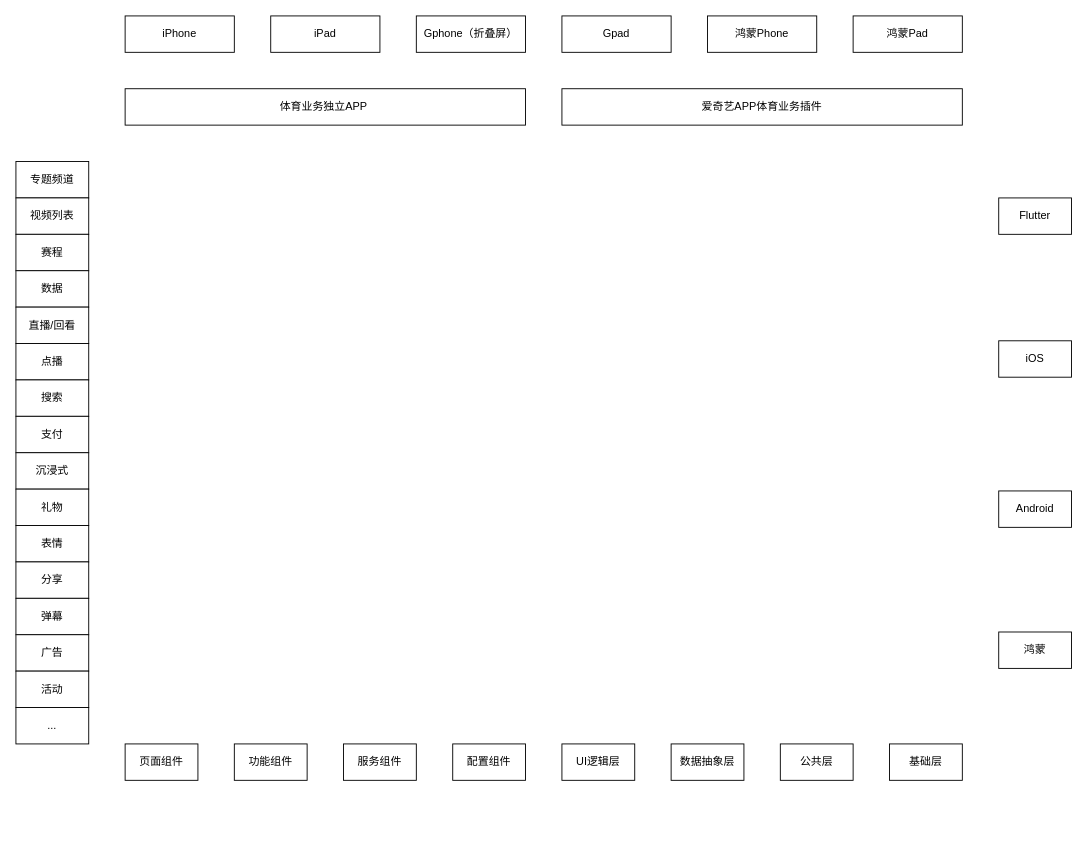
Earlier version of the draw.io diagram page "第 5 页" (5 of 5) of 未命名绘图.drawio (wanjj8023/app3). Source tidied: cells renumbered, new cells numbered last; positions are measured from the earlier drawing's top-left corner, leaving out a move shared by most shapes. Both pictures are drawn from the tidied source at 91%, with x=0, y=0 at pixel (15, 15).
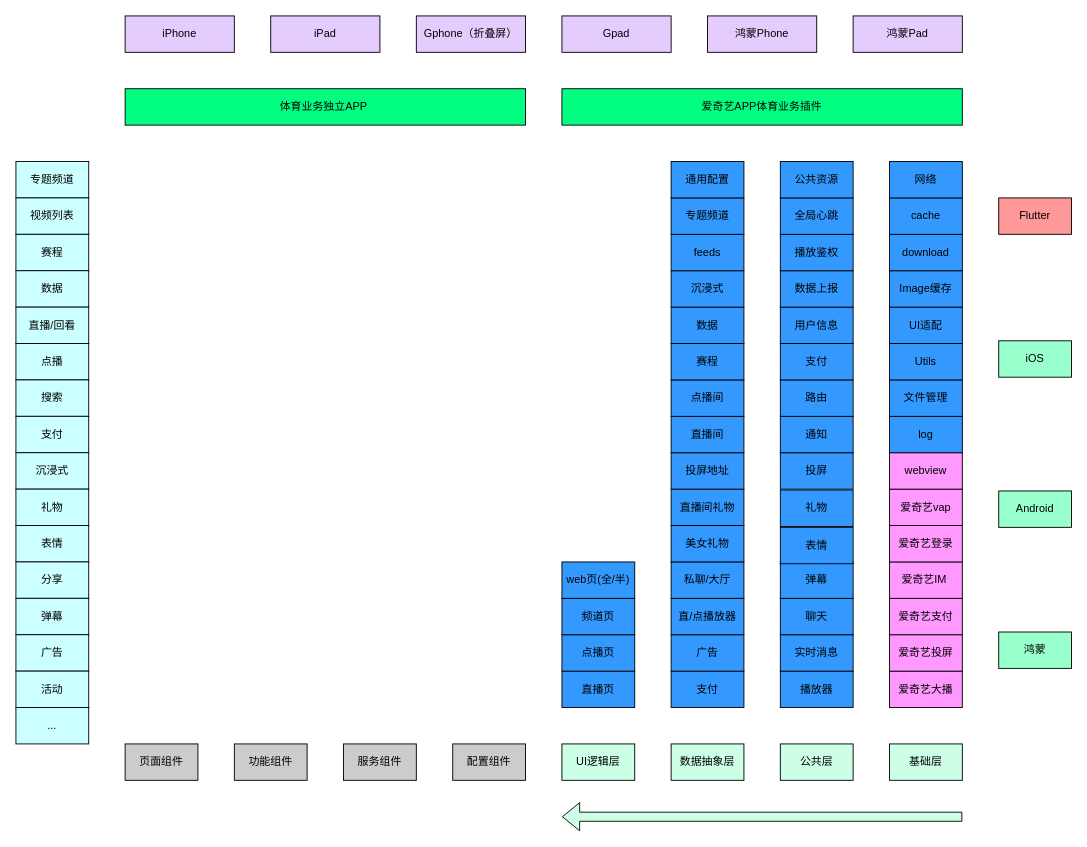
Above is the later version.

Commit message:
更新未命名绘图.drawio

The edit, as a diff of the source:
```diff
@@
-    <mxCell id="2" value="体育业务独立APP&amp;nbsp;" style="html=1;whiteSpace=wrap;" parent="1" vertex="1">
+    <mxCell id="2" value="体育业务独立APP&amp;nbsp;" style="html=1;whiteSpace=wrap;fillColor=#00FF80;" parent="1" vertex="1">
       <mxGeometry x="120" y="80" width="440" height="40" as="geometry" />
     </mxCell>
-    <mxCell id="3" value="爱奇艺APP体育业务插件" style="html=1;whiteSpace=wrap;" parent="1" vertex="1">
+    <mxCell id="3" value="爱奇艺APP体育业务插件" style="html=1;whiteSpace=wrap;fillColor=#00FF80;" parent="1" vertex="1">
       <mxGeometry x="600" y="80" width="440" height="40" as="geometry" />
     </mxCell>
-    <mxCell id="4" value="iPhone" style="rounded=0;whiteSpace=wrap;html=1;" parent="1" vertex="1">
+    <mxCell id="4" value="iPhone" style="rounded=0;whiteSpace=wrap;html=1;fillColor=#E5CCFF;" parent="1" vertex="1">
       <mxGeometry x="120" width="120" height="40" as="geometry" />
     </mxCell>
-    <mxCell id="5" value="iPad" style="html=1;whiteSpace=wrap;" parent="1" vertex="1">
+    <mxCell id="5" value="iPad" style="html=1;whiteSpace=wrap;fillColor=#E5CCFF;" parent="1" vertex="1">
       <mxGeometry x="280" width="120" height="40" as="geometry" />
     </mxCell>
-    <mxCell id="6" value="Gphone（&lt;span style=&quot;font-size: 12.000001px;&quot;&gt;折叠屏&lt;/span&gt;）" style="html=1;whiteSpace=wrap;" parent="1" vertex="1">
+    <mxCell id="6" value="Gphone（&lt;span style=&quot;font-size: 12.000001px;&quot;&gt;折叠屏&lt;/span&gt;）" style="html=1;whiteSpace=wrap;fillColor=#E5CCFF;" parent="1" vertex="1">
       <mxGeometry x="440" width="120" height="40" as="geometry" />
     </mxCell>
-    <mxCell id="7" value="Gpad" style="html=1;whiteSpace=wrap;" parent="1" vertex="1">
+    <mxCell id="7" value="Gpad" style="html=1;whiteSpace=wrap;fillColor=#E5CCFF;" parent="1" vertex="1">
       <mxGeometry x="600" width="120" height="40" as="geometry" />
     </mxCell>
-    <mxCell id="8" value="鸿蒙Phone" style="html=1;whiteSpace=wrap;" parent="1" vertex="1">
+    <mxCell id="8" value="鸿蒙Phone" style="html=1;whiteSpace=wrap;fillColor=#E5CCFF;" parent="1" vertex="1">
       <mxGeometry x="760" width="120" height="40" as="geometry" />
     </mxCell>
-    <mxCell id="9" value="鸿蒙Pad" style="html=1;whiteSpace=wrap;" parent="1" vertex="1">
+    <mxCell id="9" value="鸿蒙Pad" style="html=1;whiteSpace=wrap;fillColor=#E5CCFF;" parent="1" vertex="1">
       <mxGeometry x="920" width="120" height="40" as="geometry" />
     </mxCell>
-    <mxCell id="10" value="专题频道" style="rounded=0;whiteSpace=wrap;html=1;" parent="1" vertex="1">
+    <mxCell id="10" value="专题频道" style="rounded=0;whiteSpace=wrap;html=1;fillColor=#CCFFFF;" parent="1" vertex="1">
       <mxGeometry y="160" width="80" height="40" as="geometry" />
     </mxCell>
-    <mxCell id="11" value="视频列表" style="rounded=0;whiteSpace=wrap;html=1;" parent="1" vertex="1">
+    <mxCell id="11" value="视频列表" style="rounded=0;whiteSpace=wrap;html=1;fillColor=#CCFFFF;" parent="1" vertex="1">
       <mxGeometry y="200" width="80" height="40" as="geometry" />
     </mxCell>
-    <mxCell id="12" value="赛程" style="rounded=0;whiteSpace=wrap;html=1;" parent="1" vertex="1">
+    <mxCell id="12" value="赛程" style="rounded=0;whiteSpace=wrap;html=1;fillColor=#CCFFFF;" parent="1" vertex="1">
       <mxGeometry y="240" width="80" height="40" as="geometry" />
     </mxCell>
-    <mxCell id="13" value="数据" style="rounded=0;whiteSpace=wrap;html=1;" parent="1" vertex="1">
+    <mxCell id="13" value="数据" style="rounded=0;whiteSpace=wrap;html=1;fillColor=#CCFFFF;" parent="1" vertex="1">
       <mxGeometry y="280" width="80" height="40" as="geometry" />
     </mxCell>
-    <mxCell id="14" value="直播/回看" style="rounded=0;whiteSpace=wrap;html=1;" parent="1" vertex="1">
+    <mxCell id="14" value="直播/回看" style="rounded=0;whiteSpace=wrap;html=1;fillColor=#CCFFFF;" parent="1" vertex="1">
       <mxGeometry y="320" width="80" height="40" as="geometry" />
     </mxCell>
-    <mxCell id="15" value="点播" style="rounded=0;whiteSpace=wrap;html=1;" parent="1" vertex="1">
+    <mxCell id="15" value="点播" style="rounded=0;whiteSpace=wrap;html=1;fillColor=#CCFFFF;" parent="1" vertex="1">
       <mxGeometry y="360" width="80" height="40" as="geometry" />
     </mxCell>
-    <mxCell id="16" value="搜索" style="rounded=0;whiteSpace=wrap;html=1;" parent="1" vertex="1">
+    <mxCell id="16" value="搜索" style="rounded=0;whiteSpace=wrap;html=1;fillColor=#CCFFFF;" parent="1" vertex="1">
       <mxGeometry y="400" width="80" height="40" as="geometry" />
     </mxCell>
-    <mxCell id="17" value="支付" style="rounded=0;whiteSpace=wrap;html=1;" parent="1" vertex="1">
+    <mxCell id="17" value="支付" style="rounded=0;whiteSpace=wrap;html=1;fillColor=#CCFFFF;" parent="1" vertex="1">
       <mxGeometry y="440" width="80" height="40" as="geometry" />
     </mxCell>
-    <mxCell id="18" value="沉浸式" style="rounded=0;whiteSpace=wrap;html=1;" parent="1" vertex="1">
+    <mxCell id="18" value="沉浸式" style="rounded=0;whiteSpace=wrap;html=1;fillColor=#CCFFFF;" parent="1" vertex="1">
       <mxGeometry y="480" width="80" height="40" as="geometry" />
     </mxCell>
-    <mxCell id="19" value="礼物" style="rounded=0;whiteSpace=wrap;html=1;" parent="1" vertex="1">
+    <mxCell id="19" value="礼物" style="rounded=0;whiteSpace=wrap;html=1;fillColor=#CCFFFF;" parent="1" vertex="1">
       <mxGeometry y="520" width="80" height="40" as="geometry" />
     </mxCell>
-    <mxCell id="20" value="表情" style="rounded=0;whiteSpace=wrap;html=1;" parent="1" vertex="1">
+    <mxCell id="20" value="表情" style="rounded=0;whiteSpace=wrap;html=1;fillColor=#CCFFFF;" parent="1" vertex="1">
       <mxGeometry y="560" width="80" height="40" as="geometry" />
     </mxCell>
-    <mxCell id="21" value="分享" style="rounded=0;whiteSpace=wrap;html=1;" parent="1" vertex="1">
+    <mxCell id="21" value="分享" style="rounded=0;whiteSpace=wrap;html=1;fillColor=#CCFFFF;" parent="1" vertex="1">
       <mxGeometry y="600" width="80" height="40" as="geometry" />
     </mxCell>
-    <mxCell id="22" value="弹幕" style="rounded=0;whiteSpace=wrap;html=1;" parent="1" vertex="1">
+    <mxCell id="22" value="弹幕" style="rounded=0;whiteSpace=wrap;html=1;fillColor=#CCFFFF;" parent="1" vertex="1">
       <mxGeometry y="640" width="80" height="40" as="geometry" />
     </mxCell>
-    <mxCell id="23" value="广告" style="rounded=0;whiteSpace=wrap;html=1;" parent="1" vertex="1">
+    <mxCell id="23" value="广告" style="rounded=0;whiteSpace=wrap;html=1;fillColor=#CCFFFF;" parent="1" vertex="1">
       <mxGeometry y="680" width="80" height="40" as="geometry" />
     </mxCell>
-    <mxCell id="24" value="活动" style="rounded=0;whiteSpace=wrap;html=1;" parent="1" vertex="1">
+    <mxCell id="24" value="活动" style="rounded=0;whiteSpace=wrap;html=1;fillColor=#CCFFFF;" parent="1" vertex="1">
       <mxGeometry y="720" width="80" height="40" as="geometry" />
     </mxCell>
-    <mxCell id="25" value="..." style="rounded=0;whiteSpace=wrap;html=1;" parent="1" vertex="1">
+    <mxCell id="25" value="..." style="rounded=0;whiteSpace=wrap;html=1;fillColor=#CCFFFF;" parent="1" vertex="1">
       <mxGeometry y="760" width="80" height="40" as="geometry" />
     </mxCell>
-    <mxCell id="26" value="Flutter" style="html=1;whiteSpace=wrap;" parent="1" vertex="1">
+    <mxCell id="26" value="Flutter" style="html=1;whiteSpace=wrap;fillColor=#FF9999;" parent="1" vertex="1">
       <mxGeometry x="1080" y="200" width="80" height="40" as="geometry" />
     </mxCell>
-    <mxCell id="27" value="iOS" style="html=1;whiteSpace=wrap;" parent="1" vertex="1">
+    <mxCell id="27" value="iOS" style="html=1;whiteSpace=wrap;fillColor=#99FFCC;" parent="1" vertex="1">
       <mxGeometry x="1080" y="357" width="80" height="40" as="geometry" />
     </mxCell>
-    <mxCell id="28" value="Android" style="html=1;whiteSpace=wrap;" parent="1" vertex="1">
+    <mxCell id="28" value="Android" style="html=1;whiteSpace=wrap;fillColor=#99FFCC;" parent="1" vertex="1">
       <mxGeometry x="1080" y="522" width="80" height="40" as="geometry" />
     </mxCell>
-    <mxCell id="29" value="鸿蒙" style="html=1;whiteSpace=wrap;" parent="1" vertex="1">
+    <mxCell id="29" value="鸿蒙" style="html=1;whiteSpace=wrap;fillColor=#99FFCC;" parent="1" vertex="1">
       <mxGeometry x="1080" y="677" width="80" height="40" as="geometry" />
     </mxCell>
-    <mxCell id="30" value="基础层" style="html=1;whiteSpace=wrap;" parent="1" vertex="1">
+    <mxCell id="30" value="基础层" style="html=1;whiteSpace=wrap;fillColor=#CCFFE6;" parent="1" vertex="1">
       <mxGeometry x="960" y="800" width="80" height="40" as="geometry" />
     </mxCell>
-    <mxCell id="31" value="公共层" style="html=1;whiteSpace=wrap;" parent="1" vertex="1">
+    <mxCell id="31" value="公共层" style="html=1;whiteSpace=wrap;fillColor=#CCFFE6;" parent="1" vertex="1">
       <mxGeometry x="840" y="800" width="80" height="40" as="geometry" />
     </mxCell>
-    <mxCell id="32" value="数据抽象层" style="html=1;whiteSpace=wrap;" parent="1" vertex="1">
+    <mxCell id="32" value="数据抽象层" style="html=1;whiteSpace=wrap;fillColor=#CCFFE6;" parent="1" vertex="1">
       <mxGeometry x="720" y="800" width="80" height="40" as="geometry" />
     </mxCell>
-    <mxCell id="33" value="UI逻辑层" style="html=1;whiteSpace=wrap;" parent="1" vertex="1">
+    <mxCell id="33" value="UI逻辑层" style="html=1;whiteSpace=wrap;fillColor=#CCFFE6;" parent="1" vertex="1">
       <mxGeometry x="600" y="800" width="80" height="40" as="geometry" />
     </mxCell>
-    <mxCell id="34" value="页面组件" style="html=1;whiteSpace=wrap;" parent="1" vertex="1">
+    <mxCell id="34" value="页面组件" style="html=1;whiteSpace=wrap;fillColor=#CCCCCC;" parent="1" vertex="1">
       <mxGeometry x="120" y="800" width="80" height="40" as="geometry" />
     </mxCell>
-    <mxCell id="35" value="功能组件" style="html=1;whiteSpace=wrap;" parent="1" vertex="1">
+    <mxCell id="35" value="功能组件" style="html=1;whiteSpace=wrap;fillColor=#CCCCCC;" parent="1" vertex="1">
       <mxGeometry x="240" y="800" width="80" height="40" as="geometry" />
     </mxCell>
-    <mxCell id="36" value="服务组件" style="html=1;whiteSpace=wrap;" parent="1" vertex="1">
+    <mxCell id="36" value="服务组件" style="html=1;whiteSpace=wrap;fillColor=#CCCCCC;" parent="1" vertex="1">
       <mxGeometry x="360" y="800" width="80" height="40" as="geometry" />
     </mxCell>
-    <mxCell id="37" value="配置组件" style="html=1;whiteSpace=wrap;" parent="1" vertex="1">
+    <mxCell id="37" value="配置组件" style="html=1;whiteSpace=wrap;fillColor=#CCCCCC;" parent="1" vertex="1">
       <mxGeometry x="480" y="800" width="80" height="40" as="geometry" />
     </mxCell>
+    <mxCell id="38" value="爱奇艺大播" style="html=1;whiteSpace=wrap;fillColor=#FF99FF;" parent="1" vertex="1">
+      <mxGeometry x="960" y="720" width="80" height="40" as="geometry" />
+    </mxCell>
+    <mxCell id="39" value="爱奇艺投屏" style="html=1;whiteSpace=wrap;fillColor=#FF99FF;" parent="1" vertex="1">
+      <mxGeometry x="960" y="680" width="80" height="40" as="geometry" />
+    </mxCell>
+    <mxCell id="40" value="爱奇艺支付" style="html=1;whiteSpace=wrap;fillColor=#FF99FF;" parent="1" vertex="1">
+      <mxGeometry x="960" y="640" width="80" height="40" as="geometry" />
+    </mxCell>
+    <mxCell id="41" value="爱奇艺IM&amp;nbsp;" style="html=1;whiteSpace=wrap;fillColor=#FF99FF;" parent="1" vertex="1">
+      <mxGeometry x="960" y="600" width="80" height="40" as="geometry" />
+    </mxCell>
+    <mxCell id="42" value="爱奇艺登录" style="html=1;whiteSpace=wrap;fillColor=#FF99FF;" parent="1" vertex="1">
+      <mxGeometry x="960" y="560" width="80" height="40" as="geometry" />
+    </mxCell>
+    <mxCell id="43" value="爱奇艺vap" style="html=1;whiteSpace=wrap;fillColor=#FF99FF;" parent="1" vertex="1">
+      <mxGeometry x="960" y="520" width="80" height="40" as="geometry" />
+    </mxCell>
+    <mxCell id="44" value="webview" style="html=1;whiteSpace=wrap;fillColor=#FF99FF;" parent="1" vertex="1">
+      <mxGeometry x="960" y="480" width="80" height="40" as="geometry" />
+    </mxCell>
+    <mxCell id="45" value="log" style="html=1;whiteSpace=wrap;fillColor=#3399FF;" parent="1" vertex="1">
+      <mxGeometry x="960" y="440" width="80" height="40" as="geometry" />
+    </mxCell>
+    <mxCell id="46" value="文件管理" style="html=1;whiteSpace=wrap;fillColor=#3399FF;" parent="1" vertex="1">
+      <mxGeometry x="960" y="400" width="80" height="40" as="geometry" />
+    </mxCell>
+    <mxCell id="47" value="Utils" style="html=1;whiteSpace=wrap;fillColor=#3399FF;" parent="1" vertex="1">
+      <mxGeometry x="960" y="360" width="80" height="40" as="geometry" />
+    </mxCell>
+    <mxCell id="48" value="UI适配" style="html=1;whiteSpace=wrap;fillColor=#3399FF;" parent="1" vertex="1">
+      <mxGeometry x="960" y="320" width="80" height="40" as="geometry" />
+    </mxCell>
+    <mxCell id="49" value="Image缓存" style="html=1;whiteSpace=wrap;fillColor=#3399FF;" parent="1" vertex="1">
+      <mxGeometry x="960" y="280" width="80" height="40" as="geometry" />
+    </mxCell>
+    <mxCell id="50" value="download" style="html=1;whiteSpace=wrap;fillColor=#3399FF;" parent="1" vertex="1">
+      <mxGeometry x="960" y="240" width="80" height="40" as="geometry" />
+    </mxCell>
+    <mxCell id="51" value="cache" style="html=1;whiteSpace=wrap;fillColor=#3399FF;" parent="1" vertex="1">
+      <mxGeometry x="960" y="200" width="80" height="40" as="geometry" />
+    </mxCell>
+    <mxCell id="52" value="网络" style="html=1;whiteSpace=wrap;fillColor=#3399FF;" parent="1" vertex="1">
+      <mxGeometry x="960" y="160" width="80" height="40" as="geometry" />
+    </mxCell>
+    <mxCell id="53" value="播放器" style="html=1;whiteSpace=wrap;fillColor=#3399FF;" parent="1" vertex="1">
+      <mxGeometry x="840" y="720" width="80" height="40" as="geometry" />
+    </mxCell>
+    <mxCell id="54" value="实时消息" style="html=1;whiteSpace=wrap;fillColor=#3399FF;" parent="1" vertex="1">
+      <mxGeometry x="840" y="680" width="80" height="40" as="geometry" />
+    </mxCell>
+    <mxCell id="55" value="聊天" style="html=1;whiteSpace=wrap;fillColor=#3399FF;" parent="1" vertex="1">
+      <mxGeometry x="840" y="640" width="80" height="40" as="geometry" />
+    </mxCell>
+    <mxCell id="56" value="弹幕" style="html=1;whiteSpace=wrap;fillColor=#3399FF;" parent="1" vertex="1">
+      <mxGeometry x="840" y="600" width="80" height="40" as="geometry" />
+    </mxCell>
+    <mxCell id="57" value="表情" style="html=1;whiteSpace=wrap;fillColor=#3399FF;" parent="1" vertex="1">
+      <mxGeometry x="840" y="562" width="80" height="40" as="geometry" />
+    </mxCell>
+    <mxCell id="58" value="礼物" style="html=1;whiteSpace=wrap;fillColor=#3399FF;" parent="1" vertex="1">
+      <mxGeometry x="840" y="521" width="80" height="40" as="geometry" />
+    </mxCell>
+    <mxCell id="59" value="投屏" style="html=1;whiteSpace=wrap;fillColor=#3399FF;" parent="1" vertex="1">
+      <mxGeometry x="840" y="480" width="80" height="40" as="geometry" />
+    </mxCell>
+    <mxCell id="60" value="通知" style="html=1;whiteSpace=wrap;fillColor=#3399FF;" parent="1" vertex="1">
+      <mxGeometry x="840" y="440" width="80" height="40" as="geometry" />
+    </mxCell>
+    <mxCell id="61" value="路由" style="html=1;whiteSpace=wrap;fillColor=#3399FF;" parent="1" vertex="1">
+      <mxGeometry x="840" y="400" width="80" height="40" as="geometry" />
+    </mxCell>
+    <mxCell id="62" value="支付" style="html=1;whiteSpace=wrap;fillColor=#3399FF;" parent="1" vertex="1">
+      <mxGeometry x="840" y="360" width="80" height="40" as="geometry" />
+    </mxCell>
+    <mxCell id="63" value="用户信息" style="html=1;whiteSpace=wrap;fillColor=#3399FF;" parent="1" vertex="1">
+      <mxGeometry x="840" y="320" width="80" height="40" as="geometry" />
+    </mxCell>
+    <mxCell id="64" value="数据上报" style="html=1;whiteSpace=wrap;fillColor=#3399FF;" parent="1" vertex="1">
+      <mxGeometry x="840" y="280" width="80" height="40" as="geometry" />
+    </mxCell>
+    <mxCell id="65" value="播放鉴权" style="html=1;whiteSpace=wrap;fillColor=#3399FF;" parent="1" vertex="1">
+      <mxGeometry x="840" y="240" width="80" height="40" as="geometry" />
+    </mxCell>
+    <mxCell id="66" value="全局心跳" style="html=1;whiteSpace=wrap;fillColor=#3399FF;" parent="1" vertex="1">
+      <mxGeometry x="840" y="200" width="80" height="40" as="geometry" />
+    </mxCell>
+    <mxCell id="67" value="公共资源" style="html=1;whiteSpace=wrap;fillColor=#3399FF;" parent="1" vertex="1">
+      <mxGeometry x="840" y="160" width="80" height="40" as="geometry" />
+    </mxCell>
+    <mxCell id="68" value="支付" style="html=1;whiteSpace=wrap;fillColor=#3399FF;" parent="1" vertex="1">
+      <mxGeometry x="720" y="720" width="80" height="40" as="geometry" />
+    </mxCell>
+    <mxCell id="69" value="广告" style="html=1;whiteSpace=wrap;fillColor=#3399FF;" parent="1" vertex="1">
+      <mxGeometry x="720" y="680" width="80" height="40" as="geometry" />
+    </mxCell>
+    <mxCell id="70" value="直/点播放器" style="html=1;whiteSpace=wrap;fillColor=#3399FF;" parent="1" vertex="1">
+      <mxGeometry x="720" y="640" width="80" height="40" as="geometry" />
+    </mxCell>
+    <mxCell id="71" value="私聊/大厅" style="html=1;whiteSpace=wrap;fillColor=#3399FF;" parent="1" vertex="1">
+      <mxGeometry x="720" y="600" width="80" height="40" as="geometry" />
+    </mxCell>
+    <mxCell id="72" value="美女礼物" style="html=1;whiteSpace=wrap;fillColor=#3399FF;" parent="1" vertex="1">
+      <mxGeometry x="720" y="560" width="80" height="40" as="geometry" />
+    </mxCell>
+    <mxCell id="73" value="直播间礼物" style="html=1;whiteSpace=wrap;fillColor=#3399FF;" parent="1" vertex="1">
+      <mxGeometry x="720" y="520" width="80" height="40" as="geometry" />
+    </mxCell>
+    <mxCell id="74" value="投屏地址" style="html=1;whiteSpace=wrap;fillColor=#3399FF;" parent="1" vertex="1">
+      <mxGeometry x="720" y="480" width="80" height="40" as="geometry" />
+    </mxCell>
+    <mxCell id="75" value="直播间" style="html=1;whiteSpace=wrap;fillColor=#3399FF;" parent="1" vertex="1">
+      <mxGeometry x="720" y="440" width="80" height="40" as="geometry" />
+    </mxCell>
+    <mxCell id="76" value="点播间" style="html=1;whiteSpace=wrap;fillColor=#3399FF;" parent="1" vertex="1">
+      <mxGeometry x="720" y="400" width="80" height="40" as="geometry" />
+    </mxCell>
+    <mxCell id="77" value="赛程" style="html=1;whiteSpace=wrap;fillColor=#3399FF;" parent="1" vertex="1">
+      <mxGeometry x="720" y="360" width="80" height="40" as="geometry" />
+    </mxCell>
+    <mxCell id="78" value="数据" style="html=1;whiteSpace=wrap;fillColor=#3399FF;" parent="1" vertex="1">
+      <mxGeometry x="720" y="320" width="80" height="40" as="geometry" />
+    </mxCell>
+    <mxCell id="79" value="沉浸式" style="html=1;whiteSpace=wrap;fillColor=#3399FF;" parent="1" vertex="1">
+      <mxGeometry x="720" y="280" width="80" height="40" as="geometry" />
+    </mxCell>
+    <mxCell id="80" value="feeds" style="html=1;whiteSpace=wrap;fillColor=#3399FF;" parent="1" vertex="1">
+      <mxGeometry x="720" y="240" width="80" height="40" as="geometry" />
+    </mxCell>
+    <mxCell id="81" value="专题频道" style="html=1;whiteSpace=wrap;fillColor=#3399FF;" parent="1" vertex="1">
+      <mxGeometry x="720" y="200" width="80" height="40" as="geometry" />
+    </mxCell>
+    <mxCell id="82" value="通用配置" style="html=1;whiteSpace=wrap;fillColor=#3399FF;" parent="1" vertex="1">
+      <mxGeometry x="720" y="160" width="80" height="40" as="geometry" />
+    </mxCell>
+    <mxCell id="83" value="直播页" style="html=1;whiteSpace=wrap;fillColor=#3399FF;" parent="1" vertex="1">
+      <mxGeometry x="600" y="720" width="80" height="40" as="geometry" />
+    </mxCell>
+    <mxCell id="84" value="点播页" style="html=1;whiteSpace=wrap;fillColor=#3399FF;" parent="1" vertex="1">
+      <mxGeometry x="600" y="680" width="80" height="40" as="geometry" />
+    </mxCell>
+    <mxCell id="85" value="频道页" style="html=1;whiteSpace=wrap;fillColor=#3399FF;" parent="1" vertex="1">
+      <mxGeometry x="600" y="640" width="80" height="40" as="geometry" />
+    </mxCell>
+    <mxCell id="86" value="web页(全/半)" style="html=1;whiteSpace=wrap;fillColor=#3399FF;" parent="1" vertex="1">
+      <mxGeometry x="600" y="600" width="80" height="40" as="geometry" />
+    </mxCell>
+    <mxCell id="87" style="shape=flexArrow;endArrow=classic;html=1;rounded=0;fillColor=#CCFFE6;" parent="1" edge="1">
+      <mxGeometry relative="1" as="geometry">
+        <mxPoint x="1040" y="880" as="sourcePoint" />
+        <mxPoint x="600" y="880" as="targetPoint" />
+      </mxGeometry>
+    </mxCell>
```
